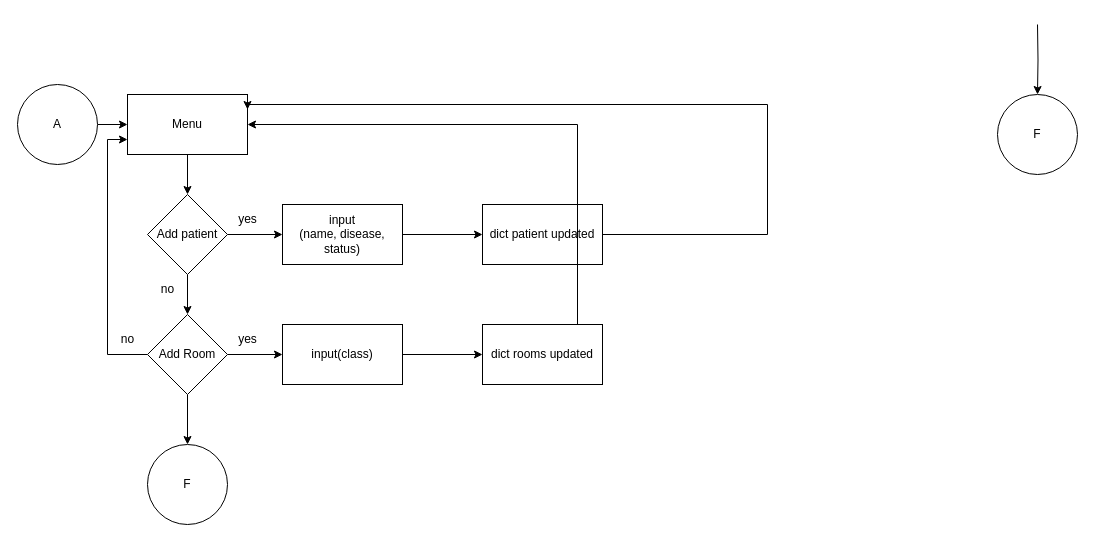
fahdmuchammad/Capstone_1_purwadhika keeps this draw.io diagram as page "Flowchart Add Actor admin" (4 of 7) of Hospital Muchammad Fahd.drawio (1).drawio. Above is the earlier version. Source tidied: cells renumbered, new cells numbered last; positions are measured from the earlier drawing's top-left corner, leaving out a move shared by most shapes. Both pictures are drawn from the tidied source at 100%, with x=0, y=0 at pixel (17, 24).
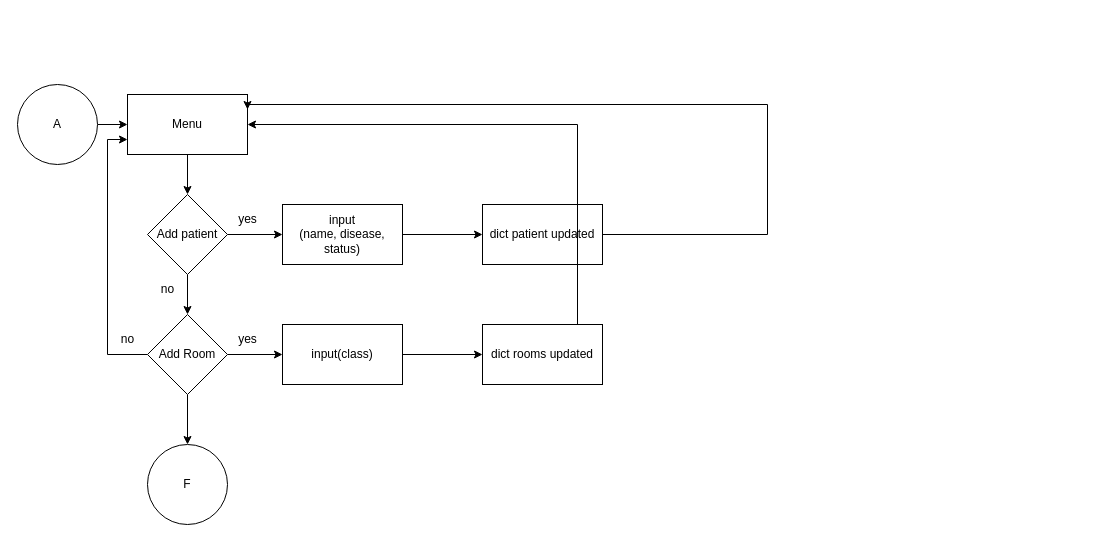
The same page after the edit.

Change to the diagram source:
```diff
@@
-    <mxCell id="9" style="edgeStyle=orthogonalEdgeStyle;rounded=0;jettySize=auto;html=1;" parent="1" edge="1" target="10">
-      <mxGeometry relative="1" as="geometry">
-        <mxPoint x="1020" as="sourcePoint" />
-      </mxGeometry>
-    </mxCell>
-    <mxCell id="10" value="F" style="ellipse;whiteSpace=wrap;html=1;" parent="1" vertex="1">
-      <mxGeometry x="980" y="70" width="80" height="80" as="geometry" />
-    </mxCell>
```
